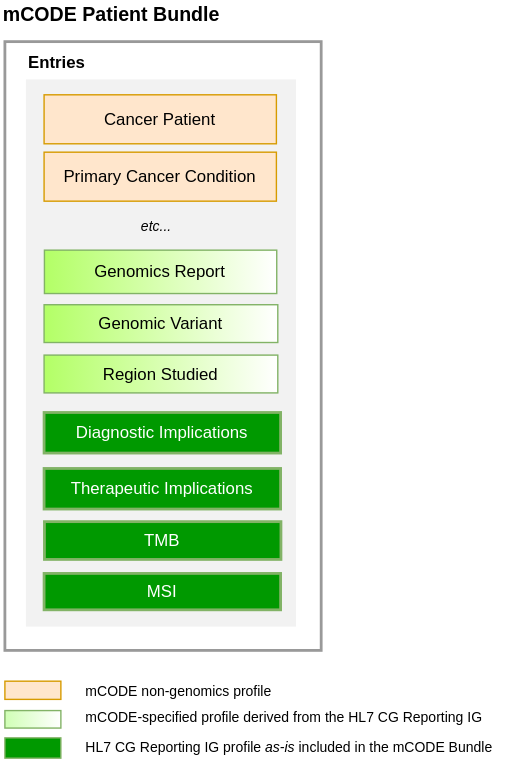
HL7/fhir-mCODE-ig keeps this draw.io diagram as input/images/mcode-cg-overlap.svg. Above is the earlier version. Source tidied: cells renumbered, new cells last; positions are measured from the earlier drawing's top-left corner, leaving out a move shared by most shapes.
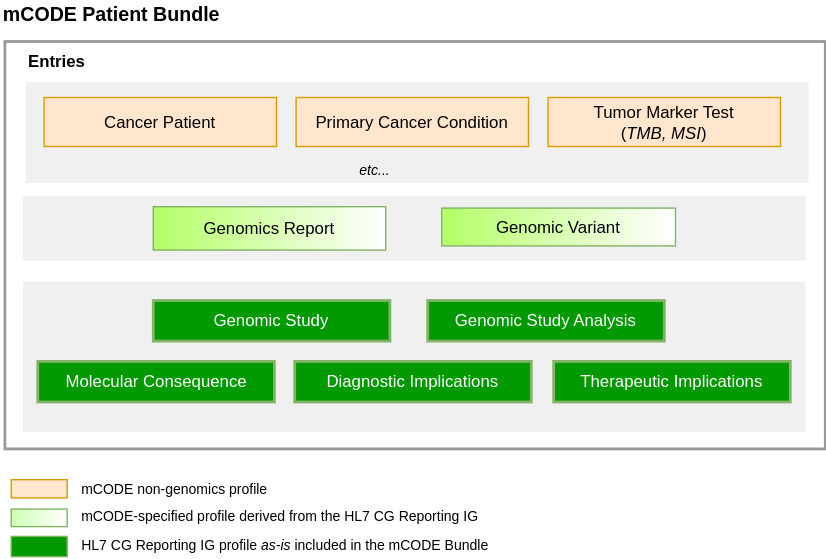
After the commit.

Diff of the diagram source:
```diff
@@ -3,64 +3,73 @@
     <mxCell id="0" />
     <mxCell id="1" parent="0" />
     <mxCell id="2" style="rounded=0;whiteSpace=wrap;html=1;strokeWidth=2;fontSize=10;fontColor=#FFFFFF;align=left;fillColor=none;strokeColor=#999999;" parent="1" vertex="1">
-      <mxGeometry x="3" y="29" width="226" height="435" as="geometry" />
+      <mxGeometry x="3" y="29" width="586" height="291" as="geometry" />
     </mxCell>
-    <mxCell id="3" style="rounded=0;whiteSpace=wrap;html=1;strokeWidth=2;fontSize=10;fontColor=#FFFFFF;align=left;strokeColor=none;fillColor=#F2F2F2;" parent="1" vertex="1">
-      <mxGeometry x="18" y="56" width="193" height="391" as="geometry" />
+    <mxCell id="3" style="rounded=0;whiteSpace=wrap;html=1;strokeWidth=2;fontSize=10;fontColor=#FFFFFF;align=left;strokeColor=none;fillColor=#F0F0F0;" parent="1" vertex="1">
+      <mxGeometry x="18" y="58" width="559" height="72" as="geometry" />
     </mxCell>
-    <mxCell id="4" value="Genomic Variant" style="rounded=0;whiteSpace=wrap;html=1;strokeColor=#82b366;gradientDirection=east;fillColor=#B3FF66;gradientColor=#FFFFFF;" parent="1" vertex="1">
-      <mxGeometry x="31" y="217" width="167" height="27" as="geometry" />
-    </mxCell>
-    <mxCell id="5" value="Genomics Report" style="rounded=0;whiteSpace=wrap;html=1;strokeColor=#82b366;gradientDirection=east;gradientColor=#FFFFFF;fillColor=#B3FF66;" parent="1" vertex="1">
-      <mxGeometry x="31.2" y="178" width="166" height="31" as="geometry" />
-    </mxCell>
-    <mxCell id="6" value="TMB" style="rounded=0;whiteSpace=wrap;html=1;strokeColor=#82b366;strokeWidth=2;fontColor=#FFFFFF;fillColor=#009900;" parent="1" vertex="1">
-      <mxGeometry x="31.2" y="372" width="169" height="27" as="geometry" />
-    </mxCell>
     <mxCell id="7" style="rounded=0;whiteSpace=wrap;html=1;strokeColor=#82b366;gradientDirection=east;fillColor=#D0FFB5;gradientColor=#FFFFFF;" parent="1" vertex="1">
-      <mxGeometry x="3" y="507" width="40" height="12.5" as="geometry" />
+      <mxGeometry x="7.5" y="363" width="40" height="12.5" as="geometry" />
     </mxCell>
     <mxCell id="8" style="rounded=0;whiteSpace=wrap;html=1;strokeColor=#82b366;strokeWidth=1;gradientDirection=east;fillColor=#009900;" parent="1" vertex="1">
-      <mxGeometry x="3" y="526.5" width="40" height="14.5" as="geometry" />
+      <mxGeometry x="7.5" y="382.5" width="40" height="14.5" as="geometry" />
     </mxCell>
     <mxCell id="9" value="mCODE-specified profile derived from the HL7 CG Reporting IG" style="text;html=1;strokeColor=none;fillColor=none;align=left;verticalAlign=middle;whiteSpace=wrap;rounded=0;dashed=1;fontSize=10;" parent="1" vertex="1">
-      <mxGeometry x="59" y="502" width="292" height="20" as="geometry" />
+      <mxGeometry x="55.5" y="358" width="292" height="20" as="geometry" />
     </mxCell>
     <mxCell id="10" value="HL7 CG Reporting IG profile &lt;i&gt;as-is&lt;/i&gt; included in the mCODE Bundle" style="text;html=1;strokeColor=none;fillColor=none;align=left;verticalAlign=middle;whiteSpace=wrap;rounded=0;dashed=1;fontSize=10;" parent="1" vertex="1">
-      <mxGeometry x="59" y="523" width="298" height="20" as="geometry" />
+      <mxGeometry x="55.5" y="379" width="298" height="20" as="geometry" />
     </mxCell>
-    <mxCell id="11" value="MSI" style="rounded=0;whiteSpace=wrap;html=1;strokeColor=#82b366;strokeWidth=2;fontColor=#FFFFFF;fillColor=#009900;" parent="1" vertex="1">
-      <mxGeometry x="31" y="409" width="169" height="26" as="geometry" />
-    </mxCell>
-    <mxCell id="12" value="Region Studied" style="rounded=0;whiteSpace=wrap;html=1;strokeColor=#82b366;gradientDirection=east;gradientColor=#FFFFFF;fillColor=#B3FF66;" parent="1" vertex="1">
-      <mxGeometry x="31" y="253" width="167" height="27" as="geometry" />
-    </mxCell>
-    <mxCell id="13" value="Therapeutic Implications" style="rounded=0;whiteSpace=wrap;html=1;strokeColor=#82b366;strokeWidth=2;fontColor=#FFFFFF;fillColor=#009900;" parent="1" vertex="1">
-      <mxGeometry x="31" y="334" width="169" height="29" as="geometry" />
-    </mxCell>
     <mxCell id="14" value="Cancer Patient" style="rounded=0;whiteSpace=wrap;html=1;gradientDirection=east;strokeColor=#d79b00;fillColor=#ffe6cc;" parent="1" vertex="1">
-      <mxGeometry x="31" y="67" width="166" height="35" as="geometry" />
+      <mxGeometry x="31" y="69" width="166" height="35" as="geometry" />
     </mxCell>
     <mxCell id="15" value="Primary Cancer Condition" style="rounded=0;whiteSpace=wrap;html=1;gradientDirection=east;strokeColor=#d79b00;fillColor=#ffe6cc;" parent="1" vertex="1">
-      <mxGeometry x="31" y="108" width="166" height="35" as="geometry" />
+      <mxGeometry x="211" y="69" width="166" height="35" as="geometry" />
     </mxCell>
     <mxCell id="16" value="etc..." style="text;html=1;strokeColor=none;fillColor=none;align=center;verticalAlign=middle;whiteSpace=wrap;rounded=0;fontSize=10;fontColor=#000000;fontStyle=2;" parent="1" vertex="1">
-      <mxGeometry x="72" y="151" width="79" height="20" as="geometry" />
+      <mxGeometry x="228" y="111" width="79" height="20" as="geometry" />
     </mxCell>
     <mxCell id="17" value="mCODE non-genomics profile" style="text;html=1;strokeColor=none;fillColor=none;align=left;verticalAlign=middle;whiteSpace=wrap;rounded=0;dashed=1;fontSize=10;" parent="1" vertex="1">
-      <mxGeometry x="59" y="483" width="318" height="20" as="geometry" />
+      <mxGeometry x="55.5" y="339" width="318" height="20" as="geometry" />
     </mxCell>
     <mxCell id="18" style="rounded=0;whiteSpace=wrap;html=1;gradientDirection=east;strokeColor=#d79b00;fillColor=#ffe6cc;" parent="1" vertex="1">
-      <mxGeometry x="3" y="486" width="40" height="13" as="geometry" />
+      <mxGeometry x="7.5" y="342" width="40" height="13" as="geometry" />
     </mxCell>
     <mxCell id="19" value="mCODE Patient Bundle" style="text;html=1;strokeColor=none;fillColor=none;align=left;verticalAlign=middle;whiteSpace=wrap;rounded=0;fontSize=14;fontStyle=1;" parent="1" vertex="1">
       <mxGeometry width="173" height="20" as="geometry" />
     </mxCell>
+    <mxCell id="21" value="Entries" style="text;html=1;strokeColor=none;fillColor=none;align=left;verticalAlign=middle;whiteSpace=wrap;rounded=0;fontSize=12;fontStyle=1;" parent="1" vertex="1">
+      <mxGeometry x="18" y="34" width="67" height="20" as="geometry" />
+    </mxCell>
+    <mxCell id="22" value="Tumor Marker Test&lt;div&gt;(&lt;i&gt;TMB, MSI&lt;/i&gt;)&lt;/div&gt;" style="rounded=0;whiteSpace=wrap;html=1;gradientDirection=east;strokeColor=#d79b00;fillColor=#ffe6cc;" parent="1" vertex="1">
+      <mxGeometry x="391" y="69" width="166" height="35" as="geometry" />
+    </mxCell>
+    <mxCell id="23" style="rounded=0;whiteSpace=wrap;html=1;strokeWidth=2;fontSize=10;fontColor=#FFFFFF;align=left;strokeColor=none;fillColor=#F0F0F0;" parent="1" vertex="1">
+      <mxGeometry x="16" y="139.5" width="559" height="46" as="geometry" />
+    </mxCell>
+    <mxCell id="4" value="Genomic Variant" style="rounded=0;whiteSpace=wrap;html=1;strokeColor=#82b366;gradientDirection=east;fillColor=#B3FF66;gradientColor=#FFFFFF;" parent="1" vertex="1">
+      <mxGeometry x="315" y="148" width="167" height="27" as="geometry" />
+    </mxCell>
+    <mxCell id="5" value="Genomics Report" style="rounded=0;whiteSpace=wrap;html=1;strokeColor=#82b366;gradientDirection=east;gradientColor=#FFFFFF;fillColor=#B3FF66;" parent="1" vertex="1">
+      <mxGeometry x="109" y="147" width="166" height="31" as="geometry" />
+    </mxCell>
+    <mxCell id="24" style="rounded=0;whiteSpace=wrap;html=1;strokeWidth=2;fontSize=10;fontColor=#FFFFFF;align=left;strokeColor=none;fillColor=#F0F0F0;" parent="1" vertex="1">
+      <mxGeometry x="16" y="200.5" width="559" height="107.5" as="geometry" />
+    </mxCell>
+    <mxCell id="13" value="Therapeutic Implications" style="rounded=0;whiteSpace=wrap;html=1;strokeColor=#82b366;strokeWidth=2;fontColor=#FFFFFF;fillColor=#009900;" parent="1" vertex="1">
+      <mxGeometry x="395" y="257.5" width="169" height="29" as="geometry" />
+    </mxCell>
     <mxCell id="20" value="Diagnostic Implications" style="rounded=0;whiteSpace=wrap;html=1;strokeColor=#82b366;strokeWidth=2;fontColor=#FFFFFF;fillColor=#009900;" parent="1" vertex="1">
-      <mxGeometry x="31" y="294" width="169" height="29" as="geometry" />
+      <mxGeometry x="210" y="257.5" width="169" height="29" as="geometry" />
     </mxCell>
-    <mxCell id="21" value="Entries" style="text;html=1;strokeColor=none;fillColor=none;align=left;verticalAlign=middle;whiteSpace=wrap;rounded=0;fontSize=12;fontStyle=1;" parent="1" vertex="1">
-      <mxGeometry x="18" y="34" width="67" height="20" as="geometry" />
-    </mxCell>
+    <mxCell id="25" value="Genomic Study" style="rounded=0;whiteSpace=wrap;html=1;strokeColor=#82b366;strokeWidth=2;fontColor=#FFFFFF;fillColor=#009900;" parent="1" vertex="1">
+      <mxGeometry x="109" y="214" width="169" height="29" as="geometry" />
+    </mxCell>
+    <mxCell id="26" value="Molecular Consequence" style="rounded=0;whiteSpace=wrap;html=1;strokeColor=#82b366;strokeWidth=2;fontColor=#FFFFFF;fillColor=#009900;" parent="1" vertex="1">
+      <mxGeometry x="26.5" y="257.5" width="169" height="29" as="geometry" />
+    </mxCell>
+    <mxCell id="27" value="Genomic Study Analysis" style="rounded=0;whiteSpace=wrap;html=1;strokeColor=#82b366;strokeWidth=2;fontColor=#FFFFFF;fillColor=#009900;" parent="1" vertex="1">
+      <mxGeometry x="305" y="214" width="169" height="29" as="geometry" />
+    </mxCell>
   </root>
 </mxGraphModel>
```
